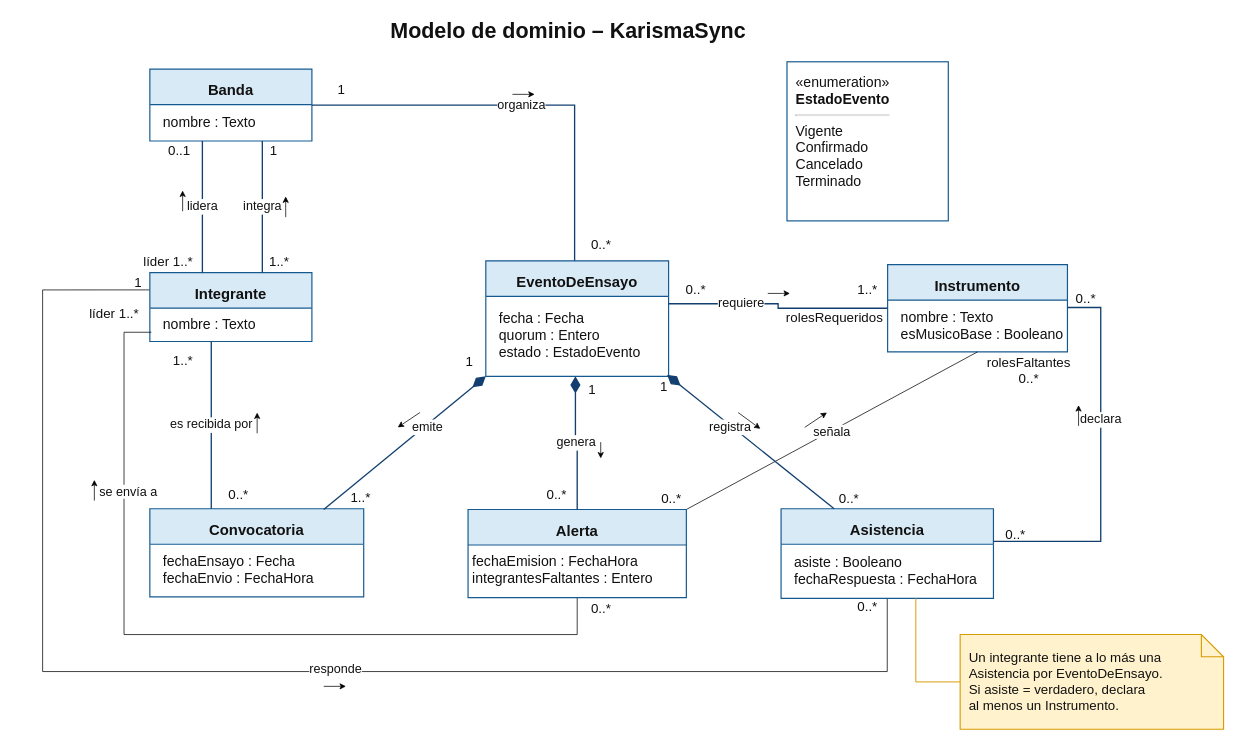
Above: diagramas/modelo-dominio.drawio in Ayiness/KarismaSync (draw.io), before the change. Source tidied: cells renumbered, new cells numbered last; positions are measured from the earlier drawing's top-left corner, leaving out a move shared by most shapes. Both pictures are drawn from the tidied source at 74%, with x=0, y=0 at pixel (42, 13).
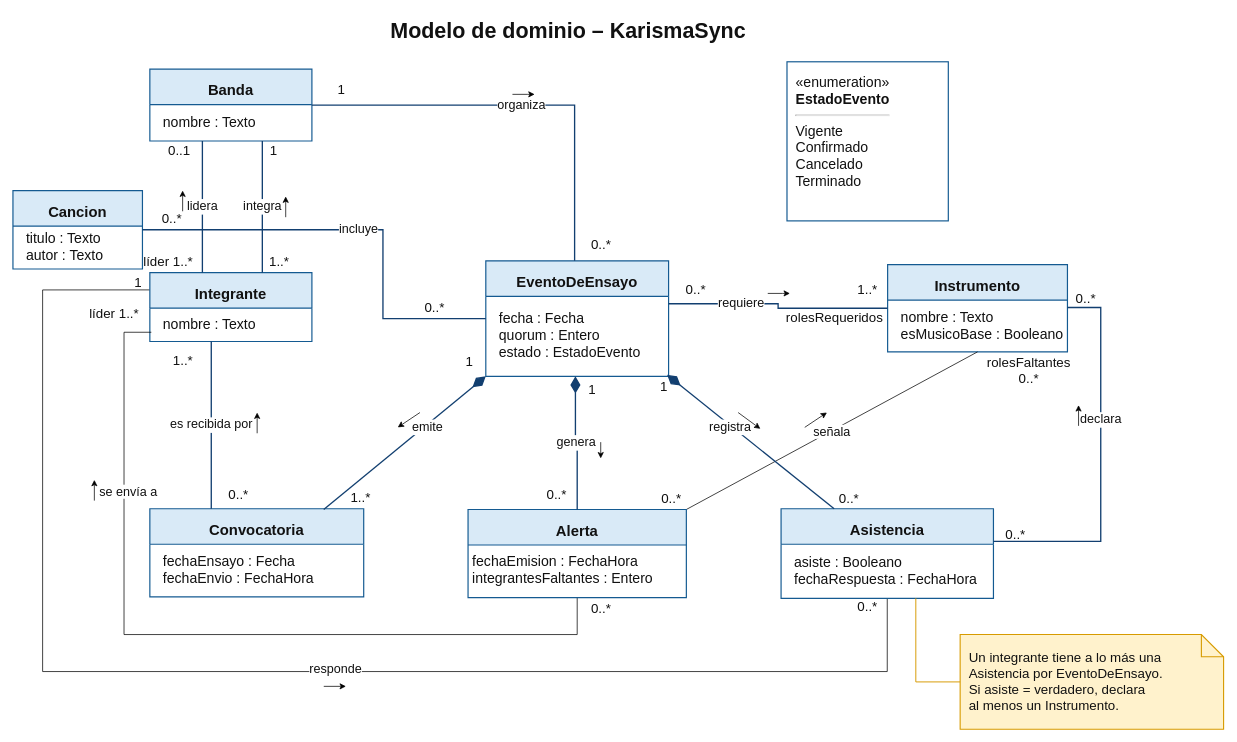
After the change.

Unchanged cells that the change refers to:
```xml
<mxCell id="9" value="EventoDeEnsayo" style="swimlane;html=1;startSize=48;horizontal=1;rounded=0;whiteSpace=wrap;fillColor=#D9EAF7;swimlaneFillColor=#FFFFFF;strokeColor=#145A91;strokeWidth=1.6;fontColor=#111111;fontSize=20;fontStyle=1;align=center;verticalAlign=middle;spacingTop=8;" parent="1" vertex="1">
  <mxGeometry x="599" y="335" width="247" height="156" as="geometry" />
</mxCell>
```

The edit, as a diff of the source:
```diff
@@
+    <mxCell id="72" value="Cancion" style="swimlane;html=1;startSize=48;horizontal=1;rounded=0;whiteSpace=wrap;fillColor=#D9EAF7;swimlaneFillColor=#FFFFFF;strokeColor=#145A91;strokeWidth=1.6;fontColor=#111111;fontSize=20;fontStyle=1;align=center;verticalAlign=middle;spacingTop=8;" parent="1" vertex="1">
+      <mxGeometry x="-40" y="240" width="175" height="106" as="geometry" />
+    </mxCell>
+    <mxCell id="73" value="titulo : Texto&lt;br&gt;autor : Texto" style="text;html=1;strokeColor=none;fillColor=none;align=left;verticalAlign=middle;whiteSpace=wrap;spacingLeft=14;fontColor=#111111;fontSize=19;" parent="1" vertex="1">
+      <mxGeometry x="-38" y="289" width="171" height="55" as="geometry" />
+    </mxCell>
+    <mxCell id="74" value="incluye" style="edgeStyle=orthogonalEdgeStyle;rounded=0;jettySize=auto;html=1;strokeColor=#123F70;strokeWidth=1.8;endArrow=none;startArrow=none;fontColor=#111111;fontSize=17;labelBackgroundColor=#FFFFFF;" parent="1" edge="1" source="9" target="72">
+      <mxGeometry relative="1" as="geometry">
+        <Array as="points">
+          <mxPoint x="460" y="413" />
+          <mxPoint x="460" y="293" />
+          <mxPoint x="135" y="293" />
+        </Array>
+      </mxGeometry>
+    </mxCell>
+    <mxCell id="75" value="0..*" style="text;html=1;strokeColor=none;fillColor=none;align=center;verticalAlign=middle;whiteSpace=wrap;fontColor=#111111;fontSize=18;" parent="1" vertex="1">
+      <mxGeometry x="500" y="385" width="60" height="28" as="geometry" />
+    </mxCell>
+    <mxCell id="76" value="0..*" style="text;html=1;strokeColor=none;fillColor=none;align=center;verticalAlign=middle;whiteSpace=wrap;fontColor=#111111;fontSize=18;" parent="1" vertex="1">
+      <mxGeometry x="145" y="265" width="60" height="28" as="geometry" />
+    </mxCell>
```
